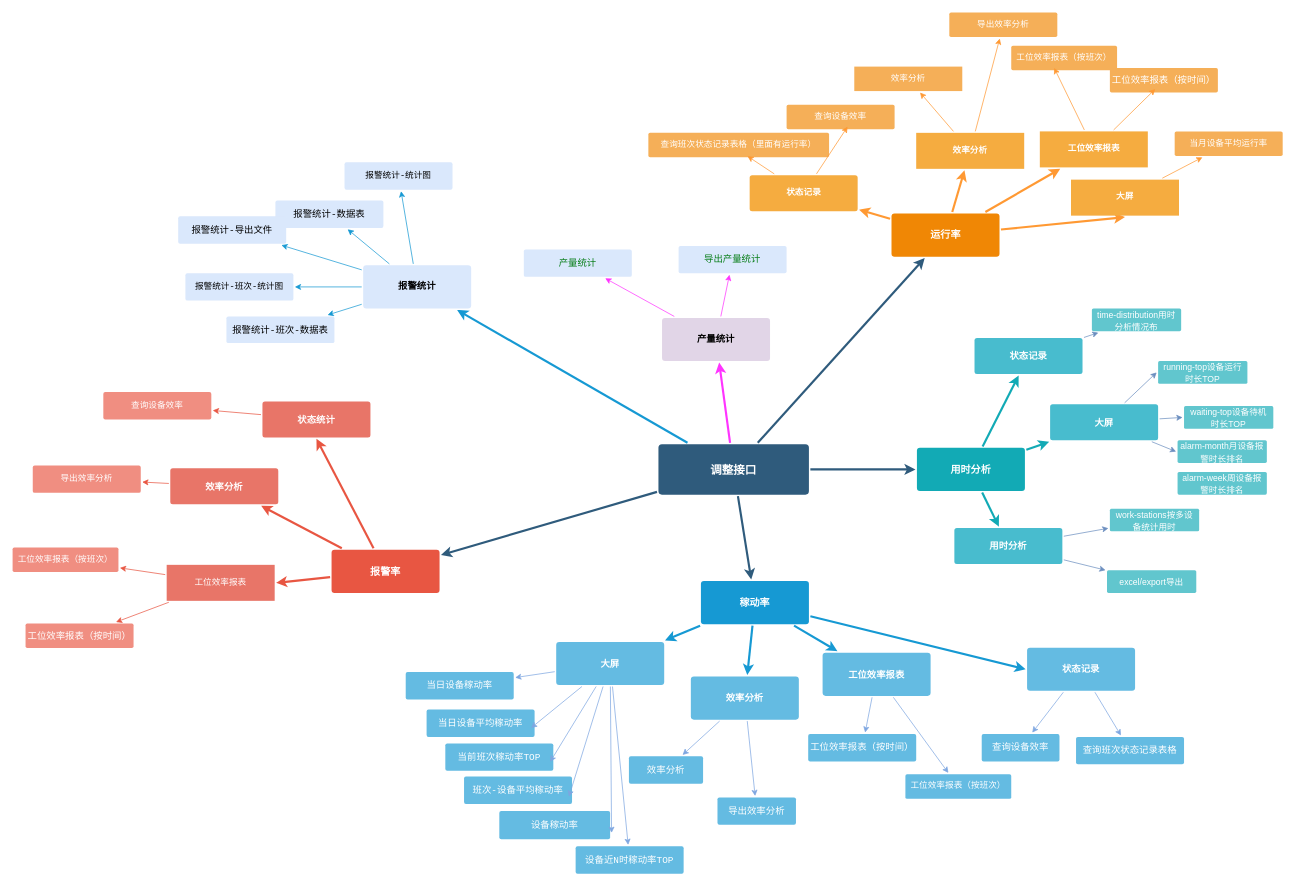
The draw.io diagram 未命名绘图.drawio in liangleiA/MyRepository, before the edit. Source tidied: cells renumbered, new cells numbered last; positions are measured from the earlier drawing's top-left corner, leaving out a move shared by most shapes. Both pictures are drawn from the tidied source at 72%, with x=0, y=0 at pixel (12, 12).
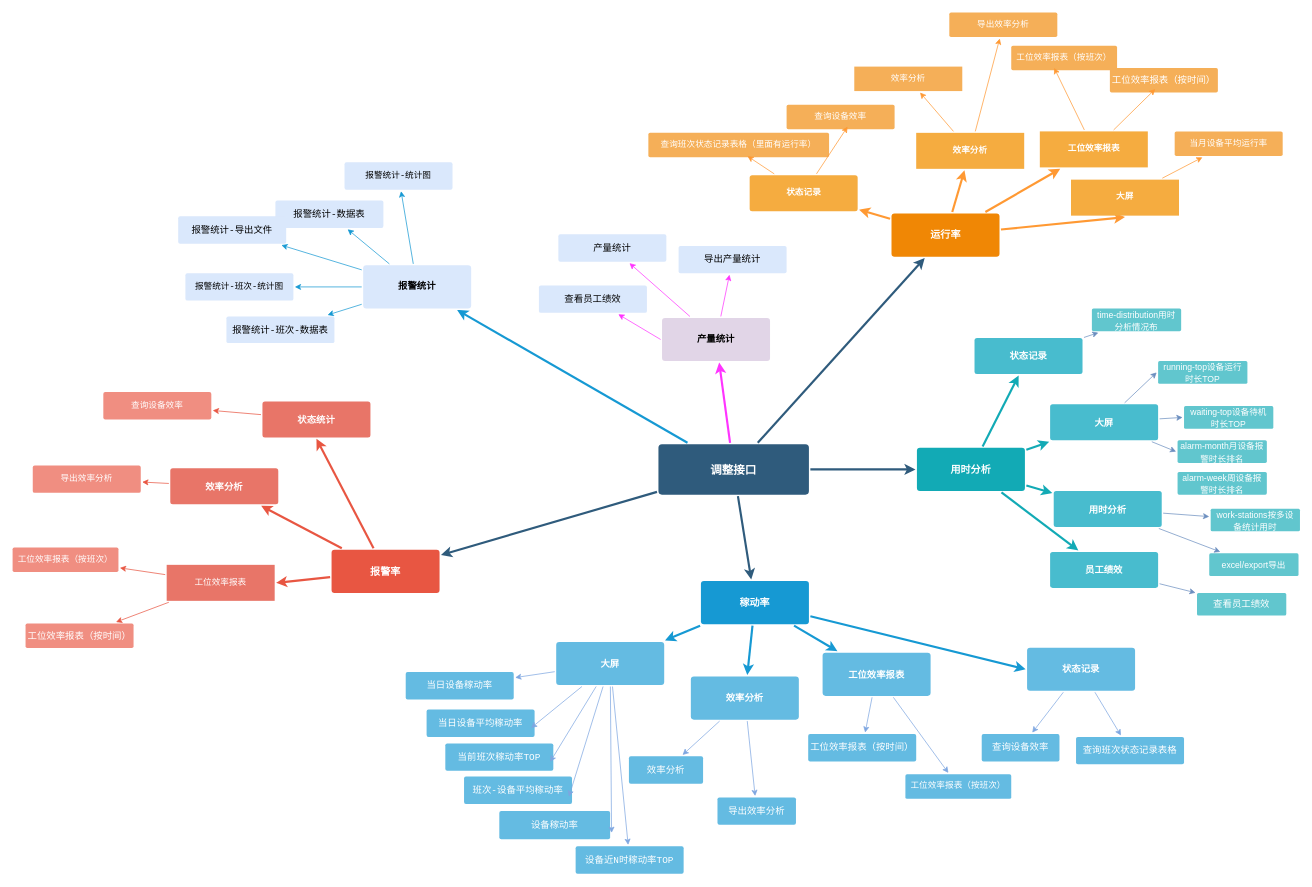
The same page after the edit.

Commit message:
更新未命名绘图.drawio

The change refers to these unchanged cells:
```xml
<mxCell id="35" value="用时分析" style="rounded=1;whiteSpace=wrap;html=1;shadow=0;labelBackgroundColor=none;strokeColor=none;strokeWidth=3;fillColor=#12aab5;fontFamily=Helvetica;fontSize=14;fontColor=#FFFFFF;align=center;spacing=5;fontStyle=1;arcSize=7;perimeterSpacing=2;" parent="1" vertex="1">
  <mxGeometry x="1256" y="604.5" width="150" height="60" as="geometry" />
</mxCell>
<mxCell id="116" value="&lt;pre style=&quot;font-family: 宋体, monospace; font-size: 9.8pt;&quot;&gt;&lt;span style=&quot;&quot;&gt;产量统计&lt;/span&gt;&lt;/pre&gt;" style="rounded=1;whiteSpace=wrap;html=1;shadow=0;labelBackgroundColor=none;strokeColor=none;strokeWidth=3;fillColor=#e1d5e7;fontFamily=Helvetica;fontSize=14;align=center;spacing=5;fontStyle=1;arcSize=7;perimeterSpacing=2;" parent="1" vertex="1">
  <mxGeometry x="902" y="424" width="150" height="60" as="geometry" />
</mxCell>
```

Change to the diagram source:
```diff
@@
     <mxCell id="47" value="&lt;span style=&quot;font-size: 12px;&quot;&gt;work-stations按多设备统计用时&lt;/span&gt;" style="rounded=1;whiteSpace=wrap;html=1;shadow=0;labelBackgroundColor=none;strokeColor=none;strokeWidth=3;fillColor=#61c6ce;fontFamily=Helvetica;fontSize=14;fontColor=#FFFFFF;align=center;spacing=5;fontStyle=0;arcSize=7;perimeterSpacing=2;" parent="1" vertex="1">
-      <mxGeometry x="1524" y="689" width="124" height="31.5" as="geometry" />
+      <mxGeometry x="1664" y="689" width="124" height="31.5" as="geometry" />
     </mxCell>
@@
     <mxCell id="50" value="用时分析" style="rounded=1;whiteSpace=wrap;html=1;shadow=0;labelBackgroundColor=none;strokeColor=none;strokeWidth=3;fillColor=#48BCCE;fontFamily=Helvetica;fontSize=13;fontColor=#FFFFFF;align=center;spacing=5;fontStyle=1;arcSize=7;perimeterSpacing=2;" parent="1" vertex="1">
-      <mxGeometry x="1308" y="716" width="150" height="50" as="geometry" />
+      <mxGeometry x="1446" y="664.5" width="150" height="50" as="geometry" />
     </mxCell>
     <mxCell id="51" value="&lt;span style=&quot;font-size: 12px;&quot;&gt;excel/export导出&lt;/span&gt;" style="rounded=1;whiteSpace=wrap;html=1;shadow=0;labelBackgroundColor=none;strokeColor=none;strokeWidth=3;fillColor=#61c6ce;fontFamily=Helvetica;fontSize=14;fontColor=#FFFFFF;align=center;spacing=5;fontStyle=0;arcSize=7;perimeterSpacing=2;" parent="1" vertex="1">
-      <mxGeometry x="1520" y="774.5" width="124" height="31.5" as="geometry" />
+      <mxGeometry x="1662" y="751" width="124" height="31.5" as="geometry" />
     </mxCell>
@@
-    <mxCell id="117" value="&lt;pre style=&quot;font-family: 宋体, monospace; font-size: 12px;&quot;&gt;&lt;pre style=&quot;color: rgb(8, 8, 8); font-family: 宋体, monospace; font-size: 9.8pt;&quot;&gt;&lt;span style=&quot;color:#067d17;&quot;&gt;产量统计&lt;/span&gt;&lt;/pre&gt;&lt;/pre&gt;" style="rounded=1;whiteSpace=wrap;html=1;shadow=0;labelBackgroundColor=none;strokeColor=none;strokeWidth=3;fillColor=#dae8fc;fontFamily=Helvetica;fontSize=12;align=center;spacing=5;fontStyle=0;arcSize=7;perimeterSpacing=2;fontColor=#000000;" parent="1" vertex="1">
-      <mxGeometry x="710" y="329" width="150" height="38" as="geometry" />
+    <mxCell id="117" value="&lt;pre style=&quot;font-family: 宋体, monospace; font-size: 12px;&quot;&gt;&lt;pre style=&quot;font-family: 宋体, monospace; font-size: 9.8pt;&quot;&gt;&lt;span style=&quot;&quot;&gt;产量统计&lt;/span&gt;&lt;/pre&gt;&lt;/pre&gt;" style="rounded=1;whiteSpace=wrap;html=1;shadow=0;labelBackgroundColor=none;strokeColor=none;strokeWidth=3;fillColor=#dae8fc;fontFamily=Helvetica;fontSize=12;align=center;spacing=5;fontStyle=0;arcSize=7;perimeterSpacing=2;fontColor=#000000;" parent="1" vertex="1">
+      <mxGeometry x="758" y="308" width="150" height="38" as="geometry" />
     </mxCell>
-    <mxCell id="118" value="&lt;pre style=&quot;font-family: 宋体, monospace; font-size: 12px;&quot;&gt;&lt;pre style=&quot;color: rgb(8, 8, 8); font-family: 宋体, monospace; font-size: 9.8pt;&quot;&gt;&lt;pre style=&quot;font-family: 宋体, monospace; font-size: 9.8pt;&quot;&gt;&lt;span style=&quot;color:#067d17;&quot;&gt;导出产量统计&lt;/span&gt;&lt;/pre&gt;&lt;/pre&gt;&lt;/pre&gt;" style="rounded=1;whiteSpace=wrap;html=1;shadow=0;labelBackgroundColor=none;strokeColor=none;strokeWidth=3;fillColor=#dae8fc;fontFamily=Helvetica;fontSize=12;align=center;spacing=5;fontStyle=0;arcSize=7;perimeterSpacing=2;fontColor=#000000;" parent="1" vertex="1">
+    <mxCell id="118" value="&lt;pre style=&quot;font-family: 宋体, monospace; font-size: 12px;&quot;&gt;&lt;pre style=&quot;font-family: 宋体, monospace; font-size: 9.8pt;&quot;&gt;&lt;pre style=&quot;font-family: 宋体, monospace; font-size: 9.8pt;&quot;&gt;&lt;span style=&quot;&quot;&gt;导出产量统计&lt;/span&gt;&lt;/pre&gt;&lt;/pre&gt;&lt;/pre&gt;" style="rounded=1;whiteSpace=wrap;html=1;shadow=0;labelBackgroundColor=none;strokeColor=none;strokeWidth=3;fillColor=#dae8fc;fontFamily=Helvetica;fontSize=12;align=center;spacing=5;fontStyle=0;arcSize=7;perimeterSpacing=2;fontColor=#000000;" parent="1" vertex="1">
       <mxGeometry x="925" y="324" width="150" height="38" as="geometry" />
     </mxCell>
+    <mxCell id="119" value="员工绩效" style="rounded=1;whiteSpace=wrap;html=1;shadow=0;labelBackgroundColor=none;strokeColor=none;strokeWidth=3;fillColor=#48BCCE;fontFamily=Helvetica;fontSize=13;fontColor=#FFFFFF;align=center;spacing=5;fontStyle=1;arcSize=7;perimeterSpacing=2;" parent="1" vertex="1">
+      <mxGeometry x="1441" y="749" width="150" height="50" as="geometry" />
+    </mxCell>
+    <mxCell id="120" style="edgeStyle=none;rounded=1;jettySize=auto;html=1;strokeColor=#12AAB5;strokeWidth=3;fontSize=12;" parent="1" edge="1" source="35" target="119">
+      <mxGeometry relative="1" as="geometry" />
+    </mxCell>
+    <mxCell id="121" value="&lt;pre style=&quot;font-family: 宋体, monospace; font-size: 9.8pt;&quot;&gt;&lt;span style=&quot;&quot;&gt;查看员工绩效&lt;/span&gt;&lt;/pre&gt;" style="rounded=1;whiteSpace=wrap;html=1;shadow=0;labelBackgroundColor=none;strokeColor=none;strokeWidth=3;fillColor=#61c6ce;fontFamily=Helvetica;fontSize=14;fontColor=#FFFFFF;align=center;spacing=5;fontStyle=0;arcSize=7;perimeterSpacing=2;" parent="1" vertex="1">
+      <mxGeometry x="1645" y="806" width="124" height="31.5" as="geometry" />
+    </mxCell>
+    <mxCell id="122" style="edgeStyle=none;rounded=1;jettySize=auto;html=1;strokeColor=#6c8ebf;strokeWidth=1;fontSize=12;fillColor=#dae8fc;" parent="1" edge="1" source="119" target="121">
+      <mxGeometry relative="1" as="geometry" />
+    </mxCell>
+    <mxCell id="123" value="&lt;pre style=&quot;font-family: 宋体, monospace; font-size: 12px;&quot;&gt;&lt;pre style=&quot;font-family: 宋体, monospace; font-size: 9.8pt;&quot;&gt;&lt;pre style=&quot;font-family: 宋体, monospace; font-size: 9.8pt;&quot;&gt;查看员工绩效&lt;/pre&gt;&lt;/pre&gt;&lt;/pre&gt;" style="rounded=1;whiteSpace=wrap;html=1;shadow=0;labelBackgroundColor=none;strokeColor=none;strokeWidth=3;fillColor=#dae8fc;fontFamily=Helvetica;fontSize=12;align=center;spacing=5;fontStyle=0;arcSize=7;perimeterSpacing=2;fontColor=#000000;" parent="1" vertex="1">
+      <mxGeometry x="731" y="379" width="150" height="38" as="geometry" />
+    </mxCell>
+    <mxCell id="124" style="edgeStyle=none;rounded=0;jettySize=auto;html=1;strokeColor=#FF33FF;strokeWidth=1;fontSize=13;fontColor=#000000;fillColor=#f8cecc;exitX=0;exitY=0.5;exitDx=0;exitDy=0;" parent="1" edge="1" source="116" target="123">
+      <mxGeometry relative="1" as="geometry" />
+    </mxCell>
```
